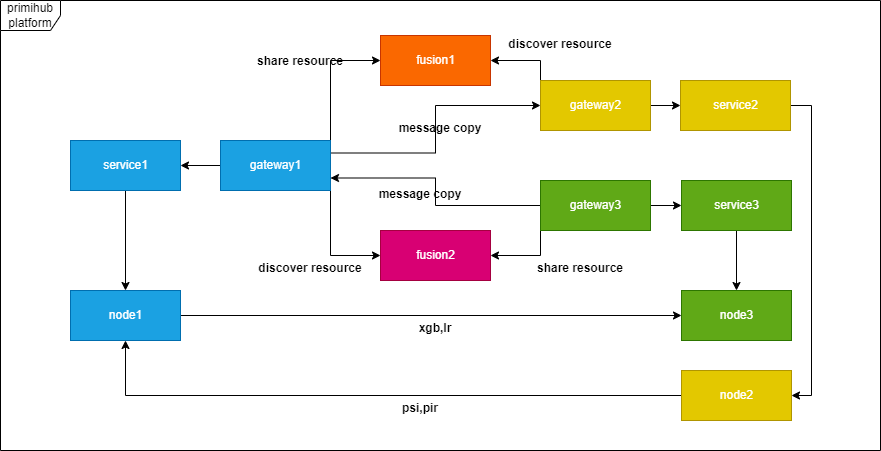
Above: static/img/primihub_frame.png in primihub/primihub-docs (draw.io), before the change. Source tidied: cells renumbered, new cells last; positions are measured from the earlier drawing's top-left corner, leaving out a move shared by most shapes.
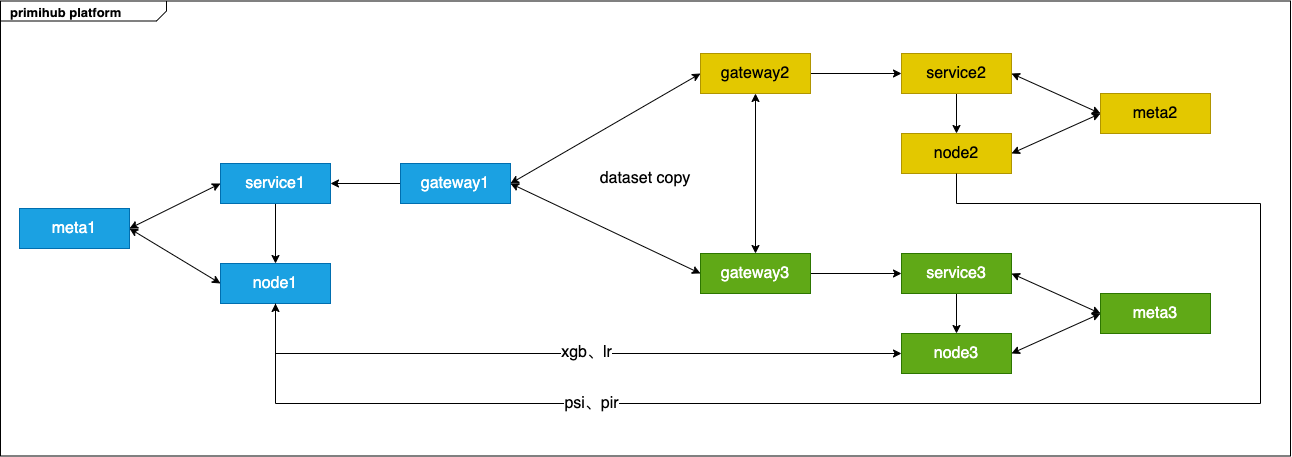
Later version of the same file.

Commit message:
1. Update privacy platform structure changes 2. add java SDK doc

The edit, as a diff of the source:
```diff
@@ -2,112 +2,117 @@
   <root>
     <mxCell id="0" />
     <mxCell id="1" parent="0" />
-    <mxCell id="2" value="primihub platform" style="shape=umlFrame;whiteSpace=wrap;html=1;" parent="1" vertex="1">
-      <mxGeometry width="880" height="450" as="geometry" />
+    <mxCell id="2" value="&lt;p style=&quot;margin: 4px 0px 0px 10px; text-align: left; font-size: 13px;&quot;&gt;&lt;b style=&quot;font-size: 13px;&quot;&gt;primihub platform&lt;/b&gt;&lt;br style=&quot;font-size: 13px;&quot;&gt;&lt;/p&gt;" style="html=1;shape=mxgraph.sysml.package;align=left;spacingLeft=5;verticalAlign=top;spacingTop=-3;labelX=166.44;html=1;overflow=fill;fontSize=13;" parent="1" vertex="1">
+      <mxGeometry x="300" y="237.5" width="1290" height="455" as="geometry" />
     </mxCell>
-    <mxCell id="3" style="edgeStyle=orthogonalEdgeStyle;rounded=0;jettySize=auto;html=1;" parent="1" edge="1" source="7" target="9">
-      <mxGeometry relative="1" as="geometry" />
-    </mxCell>
-    <mxCell id="4" style="edgeStyle=orthogonalEdgeStyle;rounded=0;jettySize=auto;html=1;exitX=1;exitY=0;exitDx=0;exitDy=0;entryX=0;entryY=0.5;entryDx=0;entryDy=0;" parent="1" edge="1" source="7" target="10">
-      <mxGeometry relative="1" as="geometry" />
-    </mxCell>
-    <mxCell id="5" style="edgeStyle=orthogonalEdgeStyle;rounded=0;jettySize=auto;html=1;exitX=1;exitY=1;exitDx=0;exitDy=0;entryX=0;entryY=0.5;entryDx=0;entryDy=0;" parent="1" edge="1" source="7" target="11">
-      <mxGeometry relative="1" as="geometry" />
-    </mxCell>
-    <mxCell id="6" style="edgeStyle=orthogonalEdgeStyle;rounded=0;jettySize=auto;html=1;exitX=1;exitY=0.25;exitDx=0;exitDy=0;entryX=0;entryY=0.5;entryDx=0;entryDy=0;fontColor=#FFFFFF;" parent="1" edge="1" source="7" target="14">
-      <mxGeometry relative="1" as="geometry" />
-    </mxCell>
-    <mxCell id="7" value="gateway1" style="html=1;fillColor=#1ba1e2;strokeColor=#006EAF;fontColor=#ffffff;" parent="1" vertex="1">
-      <mxGeometry x="220" y="140" width="110" height="50" as="geometry" />
-    </mxCell>
     <mxCell id="8" style="edgeStyle=orthogonalEdgeStyle;rounded=0;jettySize=auto;html=1;" parent="1" edge="1" source="9" target="28">
       <mxGeometry relative="1" as="geometry" />
     </mxCell>
-    <mxCell id="9" value="service1" style="html=1;fillColor=#1ba1e2;strokeColor=#006EAF;fontColor=#ffffff;" parent="1" vertex="1">
-      <mxGeometry x="70" y="140" width="110" height="50" as="geometry" />
+    <mxCell id="9" value="service1" style="rounded=0;whiteSpace=wrap;html=1;fillColor=#1ba1e2;fontColor=#ffffff;strokeColor=#006EAF;fontSize=16;" parent="1" vertex="1">
+      <mxGeometry x="520" y="400" width="110" height="40" as="geometry" />
     </mxCell>
-    <mxCell id="10" value="&lt;font color=&quot;#ffffff&quot;&gt;fusion1&lt;/font&gt;" style="html=1;fillColor=#fa6800;strokeColor=#C73500;fontColor=#000000;" parent="1" vertex="1">
-      <mxGeometry x="380" y="35" width="110" height="50" as="geometry" />
-    </mxCell>
-    <mxCell id="11" value="fusion2" style="html=1;fillColor=#d80073;strokeColor=#A50040;fontColor=#ffffff;" parent="1" vertex="1">
-      <mxGeometry x="380" y="230" width="110" height="50" as="geometry" />
-    </mxCell>
+    <mxCell id="3" style="edgeStyle=orthogonalEdgeStyle;rounded=0;jettySize=auto;html=1;" parent="1" edge="1" source="7" target="9">
+      <mxGeometry relative="1" as="geometry" />
+    </mxCell>
+    <mxCell id="7" value="gateway1" style="rounded=0;whiteSpace=wrap;html=1;fillColor=#1ba1e2;fontColor=#ffffff;strokeColor=#006EAF;fontSize=16;" parent="1" vertex="1">
+      <mxGeometry x="700" y="400" width="110" height="40" as="geometry" />
+    </mxCell>
+    <mxCell id="28" value="node1" style="rounded=0;whiteSpace=wrap;html=1;fillColor=#1ba1e2;fontColor=#ffffff;strokeColor=#006EAF;fontSize=16;" parent="1" vertex="1">
+      <mxGeometry x="520" y="500" width="110" height="40" as="geometry" />
+    </mxCell>
+    <mxCell id="36" value="meta1" style="rounded=0;whiteSpace=wrap;html=1;fillColor=#1ba1e2;fontColor=#ffffff;strokeColor=#006EAF;fontSize=16;" parent="1" vertex="1">
+      <mxGeometry x="319" y="445" width="110" height="40" as="geometry" />
+    </mxCell>
+    <mxCell id="37" style="endArrow=classic;startArrow=classic;html=1;rounded=0;entryX=0;entryY=0.5;entryDx=0;entryDy=0;exitX=1;exitY=0.5;exitDx=0;exitDy=0;" parent="1" edge="1" source="36" target="9">
+      <mxGeometry relative="1" as="geometry" />
+    </mxCell>
+    <mxCell id="38" style="endArrow=classic;startArrow=classic;html=1;rounded=0;entryX=0;entryY=0.5;entryDx=0;entryDy=0;exitX=1;exitY=0.5;exitDx=0;exitDy=0;" parent="1" edge="1" source="36" target="28">
+      <mxGeometry relative="1" as="geometry" />
+    </mxCell>
-    <mxCell id="12" style="edgeStyle=orthogonalEdgeStyle;rounded=0;jettySize=auto;html=1;" parent="1" edge="1" source="14" target="16">
+    <mxCell id="12" style="edgeStyle=orthogonalEdgeStyle;rounded=0;jettySize=auto;html=1;entryX=0;entryY=0.5;entryDx=0;entryDy=0;" parent="1" edge="1" source="14" target="16">
       <mxGeometry relative="1" as="geometry" />
     </mxCell>
-    <mxCell id="13" style="edgeStyle=orthogonalEdgeStyle;rounded=0;jettySize=auto;html=1;exitX=0;exitY=0;exitDx=0;exitDy=0;entryX=1;entryY=0.5;entryDx=0;entryDy=0;" parent="1" edge="1" source="14" target="10">
-      <mxGeometry relative="1" as="geometry" />
-    </mxCell>
-    <mxCell id="14" value="&lt;font color=&quot;#ffffff&quot;&gt;gateway2&lt;/font&gt;" style="html=1;fillColor=#e3c800;strokeColor=#B09500;fontColor=#000000;" parent="1" vertex="1">
-      <mxGeometry x="540" y="80" width="110" height="50" as="geometry" />
+    <mxCell id="14" value="gateway2" style="rounded=0;whiteSpace=wrap;html=1;fillColor=#e3c800;fontColor=#000000;strokeColor=#B09500;fontSize=16;" parent="1" vertex="1">
+      <mxGeometry x="1000" y="290" width="110" height="40" as="geometry" />
     </mxCell>
+    <mxCell id="17" style="edgeStyle=orthogonalEdgeStyle;rounded=0;jettySize=auto;html=1;entryX=0;entryY=0.5;entryDx=0;entryDy=0;" parent="1" edge="1" source="20" target="22">
+      <mxGeometry relative="1" as="geometry" />
+    </mxCell>
+    <mxCell id="20" value="gateway3" style="rounded=0;whiteSpace=wrap;html=1;fillColor=#60a917;fontColor=#ffffff;strokeColor=#2D7600;fontSize=16;" parent="1" vertex="1">
+      <mxGeometry x="1000" y="490" width="110" height="40" as="geometry" />
+    </mxCell>
-    <mxCell id="15" style="edgeStyle=orthogonalEdgeStyle;rounded=0;jettySize=auto;html=1;entryX=1;entryY=0.5;entryDx=0;entryDy=0;" parent="1" edge="1" source="16" target="31">
-      <mxGeometry relative="1" as="geometry">
-        <Array as="points">
-          <mxPoint x="811" y="105" />
-          <mxPoint x="811" y="395" />
-        </Array>
-      </mxGeometry>
+    <mxCell id="15" style="edgeStyle=orthogonalEdgeStyle;rounded=0;jettySize=auto;html=1;entryX=0.5;entryY=0;entryDx=0;entryDy=0;" parent="1" edge="1" source="16" target="31">
+      <mxGeometry relative="1" as="geometry" />
     </mxCell>
-    <mxCell id="16" value="&lt;font color=&quot;#ffffff&quot;&gt;service2&lt;/font&gt;" style="html=1;fillColor=#e3c800;strokeColor=#B09500;fontColor=#000000;" parent="1" vertex="1">
-      <mxGeometry x="680" y="80" width="110" height="50" as="geometry" />
+    <mxCell id="16" value="service2" style="rounded=0;whiteSpace=wrap;html=1;fillColor=#e3c800;fontColor=#000000;strokeColor=#B09500;fontSize=16;" parent="1" vertex="1">
+      <mxGeometry x="1201" y="290" width="110" height="40" as="geometry" />
     </mxCell>
-    <mxCell id="17" style="edgeStyle=orthogonalEdgeStyle;rounded=0;jettySize=auto;html=1;entryX=0;entryY=0.5;entryDx=0;entryDy=0;" parent="1" edge="1" source="20" target="22">
-      <mxGeometry relative="1" as="geometry" />
-    </mxCell>
-    <mxCell id="18" style="edgeStyle=orthogonalEdgeStyle;rounded=0;jettySize=auto;html=1;exitX=0;exitY=1;exitDx=0;exitDy=0;" parent="1" edge="1" source="20" target="11">
-      <mxGeometry relative="1" as="geometry" />
-    </mxCell>
-    <mxCell id="19" style="edgeStyle=orthogonalEdgeStyle;rounded=0;jettySize=auto;html=1;entryX=1;entryY=0.75;entryDx=0;entryDy=0;" parent="1" edge="1" source="20" target="7">
-      <mxGeometry relative="1" as="geometry" />
-    </mxCell>
-    <mxCell id="20" value="gateway3" style="html=1;fillColor=#60a917;strokeColor=#2D7600;fontColor=#ffffff;" parent="1" vertex="1">
-      <mxGeometry x="540" y="180" width="110" height="50" as="geometry" />
-    </mxCell>
+    <mxCell id="31" value="node2" style="rounded=0;whiteSpace=wrap;html=1;fillColor=#e3c800;fontColor=#000000;strokeColor=#B09500;fontSize=16;" parent="1" vertex="1">
+      <mxGeometry x="1201" y="370" width="110" height="40" as="geometry" />
+    </mxCell>
+    <mxCell id="39" value="meta2" style="rounded=0;whiteSpace=wrap;html=1;fillColor=#e3c800;fontColor=#000000;strokeColor=#B09500;fontSize=16;" parent="1" vertex="1">
+      <mxGeometry x="1400" y="330" width="110" height="40" as="geometry" />
+    </mxCell>
-    <mxCell id="21" style="edgeStyle=orthogonalEdgeStyle;rounded=0;jettySize=auto;html=1;" parent="1" edge="1" source="22" target="29">
+    <mxCell id="21" style="edgeStyle=orthogonalEdgeStyle;rounded=0;jettySize=auto;html=1;entryX=0.5;entryY=0;entryDx=0;entryDy=0;" parent="1" edge="1" source="22" target="29">
       <mxGeometry relative="1" as="geometry" />
     </mxCell>
-    <mxCell id="22" value="service3" style="html=1;fillColor=#60a917;strokeColor=#2D7600;fontColor=#ffffff;" parent="1" vertex="1">
-      <mxGeometry x="681" y="180" width="110" height="50" as="geometry" />
+    <mxCell id="22" value="service3" style="rounded=0;whiteSpace=wrap;html=1;fillColor=#60a917;fontColor=#ffffff;strokeColor=#2D7600;fontSize=16;" parent="1" vertex="1">
+      <mxGeometry x="1201" y="490" width="110" height="40" as="geometry" />
     </mxCell>
-    <mxCell id="23" value="share resource" style="text;align=center;fontStyle=1;verticalAlign=middle;spacingLeft=3;spacingRight=3;strokeColor=none;" parent="1" vertex="1">
-      <mxGeometry x="260" y="47" width="80" height="26" as="geometry" />
-    </mxCell>
-    <mxCell id="24" value="share resource" style="text;align=center;fontStyle=1;verticalAlign=middle;spacingLeft=3;spacingRight=3;strokeColor=none;" parent="1" vertex="1">
-      <mxGeometry x="540" y="254" width="80" height="26" as="geometry" />
-    </mxCell>
-    <mxCell id="25" value="discover resource" style="text;align=center;fontStyle=1;verticalAlign=middle;spacingLeft=3;spacingRight=3;strokeColor=none;" parent="1" vertex="1">
-      <mxGeometry x="520" y="30" width="80" height="26" as="geometry" />
-    </mxCell>
-    <mxCell id="26" value="discover resource" style="text;align=center;fontStyle=1;verticalAlign=middle;spacingLeft=3;spacingRight=3;strokeColor=none;" parent="1" vertex="1">
-      <mxGeometry x="270" y="254" width="80" height="26" as="geometry" />
-    </mxCell>
+    <mxCell id="29" value="node3" style="rounded=0;whiteSpace=wrap;html=1;fillColor=#60a917;fontColor=#ffffff;strokeColor=#2D7600;fontSize=16;" parent="1" vertex="1">
+      <mxGeometry x="1201" y="570" width="110" height="40" as="geometry" />
+    </mxCell>
+    <mxCell id="40" value="meta3" style="rounded=0;whiteSpace=wrap;html=1;fillColor=#60a917;fontColor=#ffffff;strokeColor=#2D7600;fontSize=16;" parent="1" vertex="1">
+      <mxGeometry x="1400" y="530" width="110" height="40" as="geometry" />
+    </mxCell>
+    <mxCell id="41" style="endArrow=classic;startArrow=classic;html=1;rounded=0;entryX=0;entryY=0.5;entryDx=0;entryDy=0;exitX=1;exitY=0.5;exitDx=0;exitDy=0;" parent="1" edge="1" source="16" target="39">
+      <mxGeometry relative="1" as="geometry" />
+    </mxCell>
+    <mxCell id="42" style="endArrow=classic;startArrow=classic;html=1;rounded=0;entryX=0;entryY=0.5;entryDx=0;entryDy=0;exitX=1;exitY=0.5;exitDx=0;exitDy=0;" parent="1" edge="1" source="31" target="39">
+      <mxGeometry relative="1" as="geometry" />
+    </mxCell>
+    <mxCell id="43" style="endArrow=classic;startArrow=classic;html=1;rounded=0;entryX=0;entryY=0.5;entryDx=0;entryDy=0;exitX=1;exitY=0.5;exitDx=0;exitDy=0;" parent="1" edge="1" source="22" target="40">
+      <mxGeometry relative="1" as="geometry" />
+    </mxCell>
+    <mxCell id="44" style="endArrow=classic;startArrow=classic;html=1;rounded=0;entryX=0;entryY=0.5;entryDx=0;entryDy=0;exitX=1;exitY=0.5;exitDx=0;exitDy=0;" parent="1" edge="1" source="29" target="40">
+      <mxGeometry relative="1" as="geometry" />
+    </mxCell>
+    <mxCell id="6" style="endArrow=classic;startArrow=classic;html=1;rounded=0;exitX=1;exitY=0.5;exitDx=0;exitDy=0;entryX=0;entryY=0.5;entryDx=0;entryDy=0;" parent="1" edge="1" source="7" target="14">
+      <mxGeometry relative="1" as="geometry" />
+    </mxCell>
+    <mxCell id="45" style="endArrow=classic;startArrow=classic;html=1;rounded=0;entryX=0;entryY=0.5;entryDx=0;entryDy=0;exitX=1;exitY=0.5;exitDx=0;exitDy=0;" parent="1" edge="1" source="7" target="20">
+      <mxGeometry relative="1" as="geometry" />
+    </mxCell>
+    <mxCell id="46" style="endArrow=classic;startArrow=classic;html=1;rounded=0;entryX=0.5;entryY=0;entryDx=0;entryDy=0;exitX=0.5;exitY=1;exitDx=0;exitDy=0;" parent="1" edge="1" source="14" target="20">
+      <mxGeometry relative="1" as="geometry" />
+    </mxCell>
+    <mxCell id="47" value="dataset copy" style="text;html=1;strokeColor=none;fillColor=none;align=center;verticalAlign=middle;whiteSpace=wrap;rounded=0;fontSize=16;" parent="1" vertex="1">
+      <mxGeometry x="885" y="400" width="120" height="30" as="geometry" />
+    </mxCell>
-    <mxCell id="27" style="edgeStyle=orthogonalEdgeStyle;rounded=0;jettySize=auto;html=1;fontColor=#FFFFFF;" parent="1" edge="1" source="28" target="29">
-      <mxGeometry relative="1" as="geometry" />
+    <mxCell id="27" style="endArrow=classic;html=1;rounded=0;exitX=0.5;exitY=1;exitDx=0;exitDy=0;entryX=0;entryY=0.5;entryDx=0;entryDy=0;" parent="1" edge="1" source="28" target="29">
+      <mxGeometry relative="1" as="geometry">
+        <Array as="points">
+          <mxPoint x="575" y="590" />
+        </Array>
+      </mxGeometry>
     </mxCell>
-    <mxCell id="28" value="node1" style="html=1;fillColor=#1ba1e2;strokeColor=#006EAF;fontColor=#ffffff;" parent="1" vertex="1">
-      <mxGeometry x="70" y="290" width="110" height="50" as="geometry" />
-    </mxCell>
-    <mxCell id="29" value="node3" style="html=1;fillColor=#60a917;strokeColor=#2D7600;fontColor=#ffffff;" parent="1" vertex="1">
-      <mxGeometry x="681" y="290" width="110" height="50" as="geometry" />
-    </mxCell>
+    <mxCell id="48" value="&lt;font style=&quot;font-size: 16px;&quot;&gt;xgb、lr&lt;/font&gt;" style="edgeLabel;html=1;align=center;verticalAlign=middle;" parent="27" vertex="1">
+      <mxGeometry x="0.07" y="2" relative="1" as="geometry" />
+    </mxCell>
-    <mxCell id="30" style="edgeStyle=orthogonalEdgeStyle;rounded=0;jettySize=auto;html=1;fontColor=#FFFFFF;" parent="1" edge="1" source="31" target="28">
-      <mxGeometry relative="1" as="geometry" />
+    <mxCell id="30" style="endArrow=classic;html=1;rounded=0;exitX=0.5;exitY=1;exitDx=0;exitDy=0;entryX=0.5;entryY=1;entryDx=0;entryDy=0;" parent="1" edge="1" source="31" target="28">
+      <mxGeometry relative="1" as="geometry">
+        <Array as="points">
+          <mxPoint x="1256" y="440" />
+          <mxPoint x="1560" y="440" />
+          <mxPoint x="1560" y="640" />
+          <mxPoint x="575" y="640" />
+        </Array>
+      </mxGeometry>
     </mxCell>
-    <mxCell id="31" value="&lt;font color=&quot;#ffffff&quot;&gt;node2&lt;/font&gt;" style="html=1;fillColor=#e3c800;strokeColor=#B09500;fontColor=#000000;" parent="1" vertex="1">
-      <mxGeometry x="681" y="370" width="110" height="50" as="geometry" />
-    </mxCell>
-    <mxCell id="32" value="xgb,lr" style="text;align=center;fontStyle=1;verticalAlign=middle;spacingLeft=3;spacingRight=3;strokeColor=none;" parent="1" vertex="1">
-      <mxGeometry x="395" y="314" width="80" height="26" as="geometry" />
-    </mxCell>
-    <mxCell id="33" value="psi,pir" style="text;align=center;fontStyle=1;verticalAlign=middle;spacingLeft=3;spacingRight=3;strokeColor=none;" parent="1" vertex="1">
-      <mxGeometry x="380" y="394" width="80" height="26" as="geometry" />
-    </mxCell>
-    <mxCell id="34" value="message copy" style="text;align=center;fontStyle=1;verticalAlign=middle;spacingLeft=3;spacingRight=3;strokeColor=none;" parent="1" vertex="1">
-      <mxGeometry x="400" y="114" width="80" height="26" as="geometry" />
-    </mxCell>
-    <mxCell id="35" value="message copy" style="text;align=center;fontStyle=1;verticalAlign=middle;spacingLeft=3;spacingRight=3;strokeColor=none;" parent="1" vertex="1">
-      <mxGeometry x="380" y="180" width="80" height="26" as="geometry" />
-    </mxCell>
+    <mxCell id="49" value="&lt;font style=&quot;font-size: 16px;&quot;&gt;psi、pir&lt;/font&gt;" style="edgeLabel;html=1;align=center;verticalAlign=middle;" parent="30" vertex="1">
+      <mxGeometry x="0.44" y="-1" relative="1" as="geometry">
+        <mxPoint x="-36" as="offset" />
+      </mxGeometry>
+    </mxCell>
   </root>
 </mxGraphModel>
```
